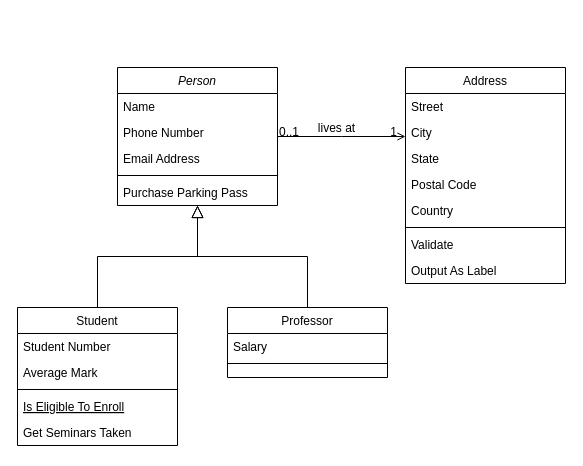
This is Untitled Diagram.drawio from ahmedch1/solarappflutterlaravel, a draw.io file, before an edit. Source tidied: cells renumbered, new cells numbered last; positions are measured from the earlier drawing's top-left corner, leaving out a move shared by most shapes. Both pictures are drawn from the tidied source at 100%, with x=0, y=0 at pixel (17, 67).
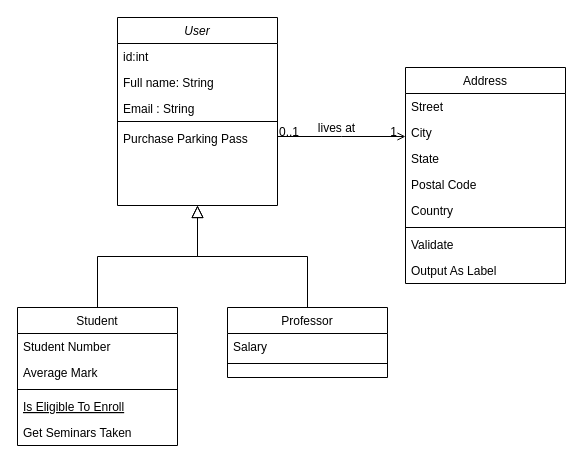
Above is the later version.

Commit message:
Flutter Laravel Diagram

What changed in the source:
```diff
@@
-    <mxCell id="2" value="Person" style="swimlane;fontStyle=2;align=center;verticalAlign=top;horizontal=1;startSize=26;rounded=0;shadow=0;strokeWidth=1;" parent="1" vertex="1">
-      <mxGeometry x="100" width="160" height="138" as="geometry" />
+    <mxCell id="2" value="User" style="swimlane;fontStyle=2;align=center;verticalAlign=top;horizontal=1;startSize=26;rounded=0;shadow=0;strokeWidth=1;" parent="1" vertex="1">
+      <mxGeometry x="100" y="-50" width="160" height="188" as="geometry" />
     </mxCell>
-    <mxCell id="3" value="Name" style="text;align=left;verticalAlign=top;spacingLeft=4;spacingRight=4;overflow=hidden;" parent="2" vertex="1">
+    <mxCell id="3" value="id:int" style="text;align=left;verticalAlign=top;spacingLeft=4;spacingRight=4;overflow=hidden;" parent="2" vertex="1">
       <mxGeometry y="26" width="160" height="26" as="geometry" />
     </mxCell>
-    <mxCell id="4" value="Phone Number" style="text;align=left;verticalAlign=top;spacingLeft=4;spacingRight=4;overflow=hidden;rounded=0;shadow=0;html=0;" parent="2" vertex="1">
+    <mxCell id="4" value="Full name: String" style="text;align=left;verticalAlign=top;spacingLeft=4;spacingRight=4;overflow=hidden;rounded=0;shadow=0;html=0;" parent="2" vertex="1">
       <mxGeometry y="52" width="160" height="26" as="geometry" />
     </mxCell>
-    <mxCell id="5" value="Email Address" style="text;align=left;verticalAlign=top;spacingLeft=4;spacingRight=4;overflow=hidden;rounded=0;shadow=0;html=0;" parent="2" vertex="1">
-      <mxGeometry y="78" width="160" height="26" as="geometry" />
+    <mxCell id="5" value="Email : String" style="text;align=left;verticalAlign=top;spacingLeft=4;spacingRight=4;overflow=hidden;rounded=0;shadow=0;html=0;" parent="2" vertex="1">
+      <mxGeometry y="78" width="160" height="22" as="geometry" />
     </mxCell>
     <mxCell id="6" style="line;html=1;strokeWidth=1;align=left;verticalAlign=middle;spacingTop=-1;spacingLeft=3;spacingRight=3;labelPosition=right;" parent="2" vertex="1">
-      <mxGeometry y="104" width="160" height="8" as="geometry" />
+      <mxGeometry y="100" width="160" height="8" as="geometry" />
     </mxCell>
     <mxCell id="7" value="Purchase Parking Pass" style="text;align=left;verticalAlign=top;spacingLeft=4;spacingRight=4;overflow=hidden;" parent="2" vertex="1">
-      <mxGeometry y="112" width="160" height="26" as="geometry" />
+      <mxGeometry y="108" width="160" height="40" as="geometry" />
     </mxCell>
```
